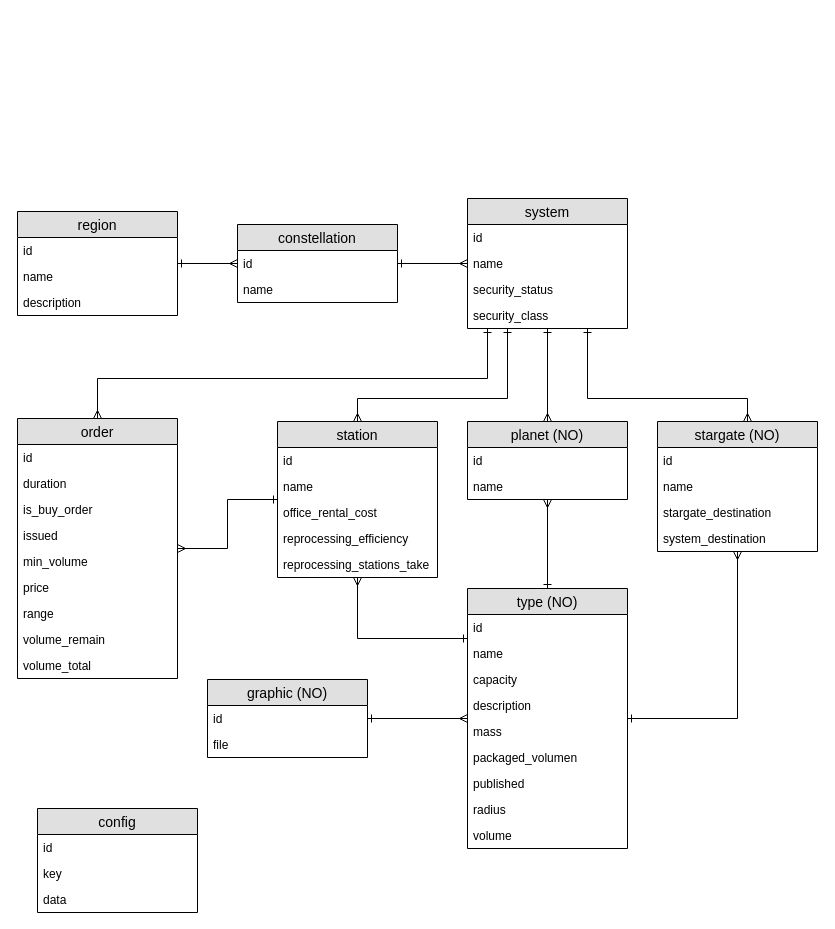
Earlier version of the draw.io diagram extra/eve-utils-diagram.drawio (wil92/eve-utils). Source tidied: cells renumbered, new cells numbered last; positions are measured from the earlier drawing's top-left corner, leaving out a move shared by most shapes. Both pictures are drawn from the tidied source at 100%, with x=0, y=0 at pixel (17, 198).
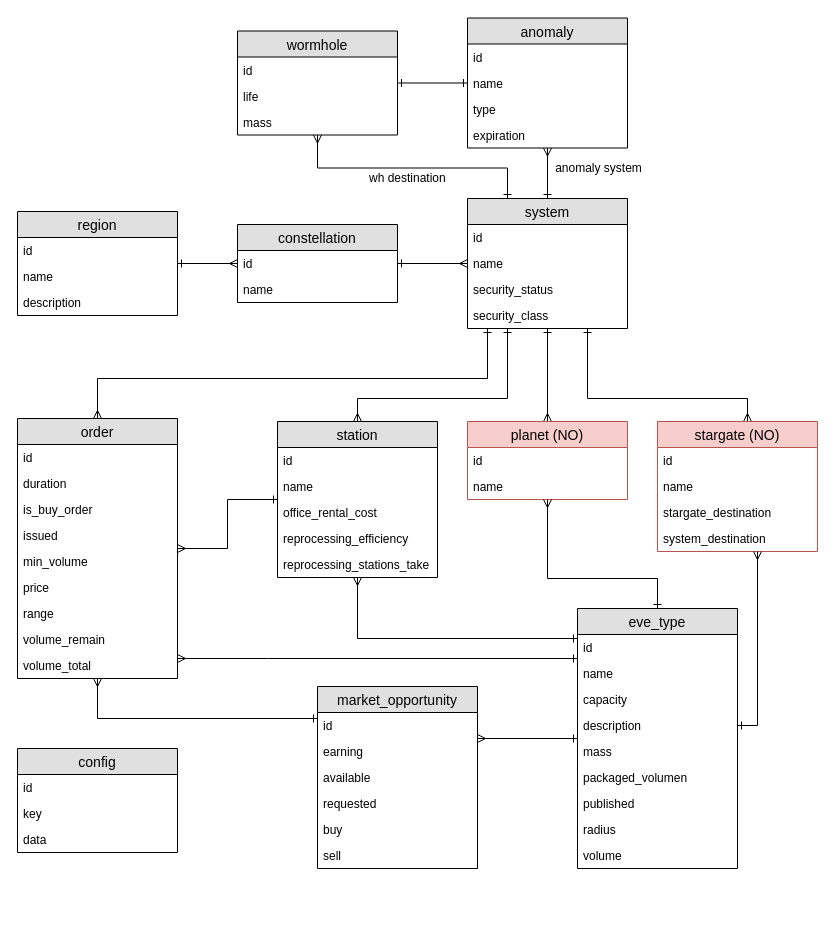
Above is the later version.

The change refers to these unchanged cells:
```xml
<mxCell id="15" value="system" style="swimlane;fontStyle=0;horizontal=1;startSize=26;fillColor=#e0e0e0;swimlaneFillColor=#ffffff;align=center;fontSize=14;" parent="1" vertex="1">
  <mxGeometry x="450" width="160" height="130" as="geometry" />
</mxCell>
<mxCell id="42" value="description" style="text;strokeColor=none;fillColor=none;spacingLeft=4;spacingRight=4;overflow=hidden;points=[[0,0.5],[1,0.5]];portConstraint=eastwest;fontSize=12;" parent="38" vertex="1">
  <mxGeometry y="104" width="160" height="26" as="geometry" />
</mxCell>
<mxCell id="52" value="order" style="swimlane;fontStyle=0;horizontal=1;startSize=26;fillColor=#e0e0e0;swimlaneFillColor=#ffffff;align=center;fontSize=14;" parent="1" vertex="1">
  <mxGeometry y="220" width="160" height="260" as="geometry" />
</mxCell>
```

The edit, as a diff of the source:
```diff
@@
+    <mxCell id="66" style="edgeStyle=orthogonalEdgeStyle;rounded=0;jettySize=auto;html=1;startArrow=ERone;startFill=0;endArrow=ERmany;endFill=0;" parent="1" edge="1" source="15" target="84">
+      <mxGeometry relative="1" as="geometry" />
+    </mxCell>
+    <mxCell id="67" value="anomaly system" style="text;html=1;align=center;verticalAlign=middle;labelBackgroundColor=#ffffff;" parent="66" vertex="1">
+      <mxGeometry x="0.26" y="1" relative="1" as="geometry">
+        <mxPoint x="51" y="1.5" as="offset" />
+      </mxGeometry>
+    </mxCell>
@@
-    <mxCell id="26" value="planet (NO)" style="swimlane;fontStyle=0;horizontal=1;startSize=26;fillColor=#e0e0e0;swimlaneFillColor=#ffffff;align=center;fontSize=14;" parent="1" vertex="1">
+    <mxCell id="26" value="planet (NO)" style="swimlane;fontStyle=0;horizontal=1;startSize=26;fillColor=#f8cecc;swimlaneFillColor=#ffffff;align=center;fontSize=14;strokeColor=#b85450;" parent="1" vertex="1">
       <mxGeometry x="450" y="223" width="160" height="78" as="geometry" />
     </mxCell>
@@
-    <mxCell id="29" value="stargate (NO)" style="swimlane;fontStyle=0;horizontal=1;startSize=26;fillColor=#e0e0e0;swimlaneFillColor=#ffffff;align=center;fontSize=14;" parent="1" vertex="1">
+    <mxCell id="29" value="stargate (NO)" style="swimlane;fontStyle=0;horizontal=1;startSize=26;fillColor=#f8cecc;swimlaneFillColor=#ffffff;align=center;fontSize=14;strokeColor=#b85450;" parent="1" vertex="1">
       <mxGeometry x="640" y="223" width="160" height="130" as="geometry" />
     </mxCell>
@@
     <mxCell id="34" style="edgeStyle=orthogonalEdgeStyle;rounded=0;jettySize=auto;html=1;startArrow=ERone;startFill=0;endArrow=ERmany;endFill=0;" parent="1" edge="1" source="38" target="26">
-      <mxGeometry relative="1" as="geometry" />
+      <mxGeometry relative="1" as="geometry">
+        <Array as="points">
+          <mxPoint x="640" y="380" />
+          <mxPoint x="530" y="380" />
+        </Array>
+      </mxGeometry>
     </mxCell>
-    <mxCell id="35" style="edgeStyle=orthogonalEdgeStyle;rounded=0;jettySize=auto;html=1;startArrow=ERone;startFill=0;endArrow=ERmany;endFill=0;" parent="1" edge="1" source="38" target="29">
-      <mxGeometry relative="1" as="geometry" />
+    <mxCell id="35" style="edgeStyle=orthogonalEdgeStyle;rounded=0;jettySize=auto;html=1;startArrow=ERone;startFill=0;endArrow=ERmany;endFill=0;exitX=1;exitY=0.5;exitDx=0;exitDy=0;" parent="1" edge="1" source="42" target="29">
+      <mxGeometry relative="1" as="geometry">
+        <Array as="points">
+          <mxPoint x="740" y="527" />
+        </Array>
+      </mxGeometry>
     </mxCell>
@@
-    <mxCell id="37" style="edgeStyle=orthogonalEdgeStyle;rounded=0;jettySize=auto;html=1;startArrow=ERmany;startFill=0;endArrow=ERone;endFill=0;" parent="1" edge="1" source="38" target="48">
-      <mxGeometry relative="1" as="geometry" />
-    </mxCell>
+    <mxCell id="68" style="edgeStyle=orthogonalEdgeStyle;rounded=0;jettySize=auto;html=1;endArrow=ERmany;endFill=0;startArrow=ERone;startFill=0;" parent="1" edge="1" source="38" target="71">
+      <mxGeometry relative="1" as="geometry">
+        <Array as="points">
+          <mxPoint x="460" y="540" />
+          <mxPoint x="460" y="540" />
+        </Array>
+      </mxGeometry>
+    </mxCell>
-    <mxCell id="38" value="type (NO)" style="swimlane;fontStyle=0;horizontal=1;startSize=26;fillColor=#e0e0e0;swimlaneFillColor=#ffffff;align=center;fontSize=14;" parent="1" vertex="1">
-      <mxGeometry x="450" y="390" width="160" height="260" as="geometry" />
+    <mxCell id="38" value="eve_type" style="swimlane;fontStyle=0;horizontal=1;startSize=26;fillColor=#e0e0e0;swimlaneFillColor=#ffffff;align=center;fontSize=14;" parent="1" vertex="1">
+      <mxGeometry x="560" y="410" width="160" height="260" as="geometry" />
     </mxCell>
@@
-    <mxCell id="48" value="graphic (NO)" style="swimlane;fontStyle=0;horizontal=1;startSize=26;fillColor=#e0e0e0;swimlaneFillColor=#ffffff;align=center;fontSize=14;" parent="1" vertex="1">
-      <mxGeometry x="190" y="481" width="160" height="78" as="geometry" />
-    </mxCell>
-    <mxCell id="49" value="id" style="text;strokeColor=none;fillColor=none;spacingLeft=4;spacingRight=4;overflow=hidden;fontSize=12;" parent="48" vertex="1">
-      <mxGeometry y="26" width="160" height="26" as="geometry" />
-    </mxCell>
-    <mxCell id="50" value="file" style="text;strokeColor=none;fillColor=none;spacingLeft=4;spacingRight=4;overflow=hidden;fontSize=12;" parent="48" vertex="1">
-      <mxGeometry y="52" width="160" height="26" as="geometry" />
-    </mxCell>
@@
+    <mxCell id="69" style="edgeStyle=orthogonalEdgeStyle;rounded=0;jettySize=auto;html=1;endArrow=ERone;endFill=0;startArrow=ERmany;startFill=0;" parent="1" edge="1" source="52" target="38">
+      <mxGeometry relative="1" as="geometry">
+        <Array as="points">
+          <mxPoint x="250" y="460" />
+          <mxPoint x="250" y="460" />
+        </Array>
+      </mxGeometry>
+    </mxCell>
@@
     <mxCell id="62" value="config" style="swimlane;fontStyle=0;horizontal=1;startSize=26;fillColor=#e0e0e0;swimlaneFillColor=#ffffff;align=center;fontSize=14;" parent="1" vertex="1">
-      <mxGeometry x="20" y="610" width="160" height="104" as="geometry" />
+      <mxGeometry y="550" width="160" height="104" as="geometry" />
     </mxCell>
@@
+    <mxCell id="70" style="edgeStyle=orthogonalEdgeStyle;rounded=0;jettySize=auto;html=1;startArrow=ERone;startFill=0;endArrow=ERmany;endFill=0;" parent="1" edge="1" source="71" target="52">
+      <mxGeometry relative="1" as="geometry">
+        <Array as="points">
+          <mxPoint x="80" y="520" />
+        </Array>
+      </mxGeometry>
+    </mxCell>
+    <mxCell id="71" value="market_opportunity" style="swimlane;fontStyle=0;horizontal=1;startSize=26;fillColor=#e0e0e0;swimlaneFillColor=#ffffff;align=center;fontSize=14;" parent="1" vertex="1">
+      <mxGeometry x="300" y="488" width="160" height="182" as="geometry" />
+    </mxCell>
+    <mxCell id="72" value="id" style="text;strokeColor=none;fillColor=none;spacingLeft=4;spacingRight=4;overflow=hidden;fontSize=12;" parent="71" vertex="1">
+      <mxGeometry y="26" width="160" height="26" as="geometry" />
+    </mxCell>
+    <mxCell id="73" value="earning" style="text;strokeColor=none;fillColor=none;spacingLeft=4;spacingRight=4;overflow=hidden;fontSize=12;" parent="71" vertex="1">
+      <mxGeometry y="52" width="160" height="26" as="geometry" />
+    </mxCell>
+    <mxCell id="74" value="available" style="text;strokeColor=none;fillColor=none;spacingLeft=4;spacingRight=4;overflow=hidden;fontSize=12;" parent="71" vertex="1">
+      <mxGeometry y="78" width="160" height="26" as="geometry" />
+    </mxCell>
+    <mxCell id="75" value="requested" style="text;strokeColor=none;fillColor=none;spacingLeft=4;spacingRight=4;overflow=hidden;fontSize=12;" parent="71" vertex="1">
+      <mxGeometry y="104" width="160" height="26" as="geometry" />
+    </mxCell>
+    <mxCell id="76" value="buy" style="text;strokeColor=none;fillColor=none;spacingLeft=4;spacingRight=4;overflow=hidden;fontSize=12;" parent="71" vertex="1">
+      <mxGeometry y="130" width="160" height="26" as="geometry" />
+    </mxCell>
+    <mxCell id="77" value="sell" style="text;strokeColor=none;fillColor=none;spacingLeft=4;spacingRight=4;overflow=hidden;fontSize=12;" parent="71" vertex="1">
+      <mxGeometry y="156" width="160" height="26" as="geometry" />
+    </mxCell>
+    <mxCell id="78" style="edgeStyle=orthogonalEdgeStyle;rounded=0;jettySize=auto;html=1;startArrow=ERone;startFill=0;endArrow=ERone;endFill=0;" parent="1" edge="1" source="80" target="84">
+      <mxGeometry relative="1" as="geometry" />
+    </mxCell>
+    <mxCell id="79" style="edgeStyle=orthogonalEdgeStyle;rounded=0;jettySize=auto;html=1;startArrow=ERmany;startFill=0;endArrow=ERone;endFill=0;" parent="1" edge="1" source="80" target="15">
+      <mxGeometry relative="1" as="geometry">
+        <Array as="points">
+          <mxPoint x="300" y="-30.5" />
+          <mxPoint x="490" y="-30.5" />
+        </Array>
+      </mxGeometry>
+    </mxCell>
+    <mxCell id="80" value="wormhole" style="swimlane;fontStyle=0;horizontal=1;startSize=26;fillColor=#e0e0e0;swimlaneFillColor=#ffffff;align=center;fontSize=14;" parent="1" vertex="1">
+      <mxGeometry x="220" y="-167.5" width="160" height="104" as="geometry" />
+    </mxCell>
+    <mxCell id="81" value="id" style="text;strokeColor=none;fillColor=none;spacingLeft=4;spacingRight=4;overflow=hidden;fontSize=12;" parent="80" vertex="1">
+      <mxGeometry y="26" width="160" height="26" as="geometry" />
+    </mxCell>
+    <mxCell id="82" value="life" style="text;strokeColor=none;fillColor=none;spacingLeft=4;spacingRight=4;overflow=hidden;fontSize=12;" parent="80" vertex="1">
+      <mxGeometry y="52" width="160" height="26" as="geometry" />
+    </mxCell>
+    <mxCell id="83" value="mass" style="text;strokeColor=none;fillColor=none;spacingLeft=4;spacingRight=4;overflow=hidden;fontSize=12;" parent="80" vertex="1">
+      <mxGeometry y="78" width="160" height="26" as="geometry" />
+    </mxCell>
+    <mxCell id="84" value="anomaly" style="swimlane;fontStyle=0;horizontal=1;startSize=26;fillColor=#e0e0e0;swimlaneFillColor=#ffffff;align=center;fontSize=14;" parent="1" vertex="1">
+      <mxGeometry x="450" y="-180.5" width="160" height="130" as="geometry" />
+    </mxCell>
+    <mxCell id="85" value="id" style="text;strokeColor=none;fillColor=none;spacingLeft=4;spacingRight=4;overflow=hidden;fontSize=12;" parent="84" vertex="1">
+      <mxGeometry y="26" width="160" height="26" as="geometry" />
+    </mxCell>
+    <mxCell id="86" value="name" style="text;strokeColor=none;fillColor=none;spacingLeft=4;spacingRight=4;overflow=hidden;fontSize=12;" parent="84" vertex="1">
+      <mxGeometry y="52" width="160" height="26" as="geometry" />
+    </mxCell>
+    <mxCell id="87" value="type" style="text;strokeColor=none;fillColor=none;spacingLeft=4;spacingRight=4;overflow=hidden;fontSize=12;" parent="84" vertex="1">
+      <mxGeometry y="78" width="160" height="26" as="geometry" />
+    </mxCell>
+    <mxCell id="88" value="expiration" style="text;strokeColor=none;fillColor=none;spacingLeft=4;spacingRight=4;overflow=hidden;fontSize=12;" parent="84" vertex="1">
+      <mxGeometry y="104" width="160" height="26" as="geometry" />
+    </mxCell>
+    <mxCell id="89" value="wh destination" style="text;html=1;align=left;verticalAlign=top;spacingTop=-4;" parent="1" vertex="1">
+      <mxGeometry x="350" y="-30.5" width="90" height="20" as="geometry" />
+    </mxCell>
```
